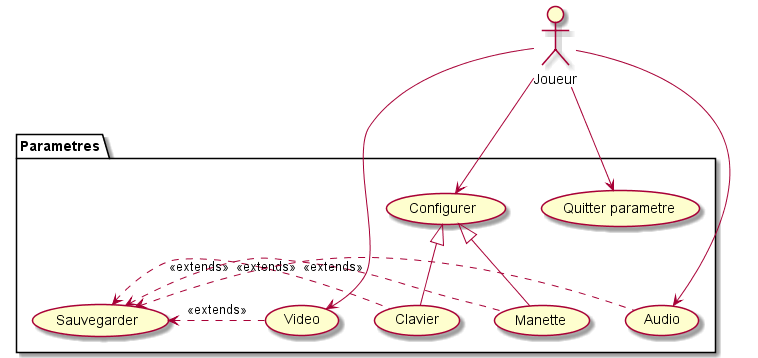
The PlantUML diagram images_diagrammes/cas_utilisation_changer_parametres.png in Glarell/projet_uml_9, before a commit. Source of this version:
```plantuml
@startuml
package Parametres{
usecase "Audio"
usecase "Video"
usecase "Configurer"
usecase "Clavier"
usecase "Manette"
usecase "Sauvegarder"
usecase "Quitter parametre"
}
:Joueur: --> (Audio)
:Joueur: --> (Video)
:Joueur: --> (Configurer)
(Configurer) <|-- (Clavier)
(Configurer) <|-- (Manette)
(Sauvegarder) <. (Clavier) : <<extends>>
(Sauvegarder) <. (Manette) : <<extends>>
(Sauvegarder) <. (Video) : <<extends>>
(Sauvegarder) <. (Audio) : <<extends>>
:Joueur: --> (Quitter parametre)
@enduml
```
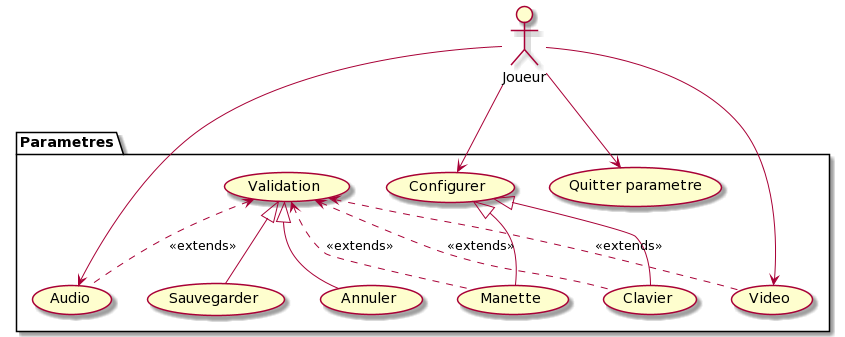
After the change.

Commit message:
charger partie + changer parametre update

What changed in the source:
```diff
@@ -7,15 +7,19 @@
 usecase "Manette"
 usecase "Sauvegarder"
 usecase "Quitter parametre"
+usecase "Annuler"
+usecase "Validation"
 }
 :Joueur: --> (Audio)
 :Joueur: --> (Video)
 :Joueur: --> (Configurer)
 (Configurer) <|-- (Clavier)
 (Configurer) <|-- (Manette)
-(Sauvegarder) <. (Clavier) : <<extends>>
-(Sauvegarder) <. (Manette) : <<extends>>
-(Sauvegarder) <. (Video) : <<extends>>
-(Sauvegarder) <. (Audio) : <<extends>>
+(Validation) <.. (Clavier) : <<extends>>
+(Validation) <.. (Manette) : <<extends>>
+(Validation) <.. (Video) : <<extends>>
+(Validation) <.. (Audio) : <<extends>>
+(Validation) <|-- (Annuler)
+(Validation) <|-- (Sauvegarder)
 :Joueur: --> (Quitter parametre)
 @enduml
```
